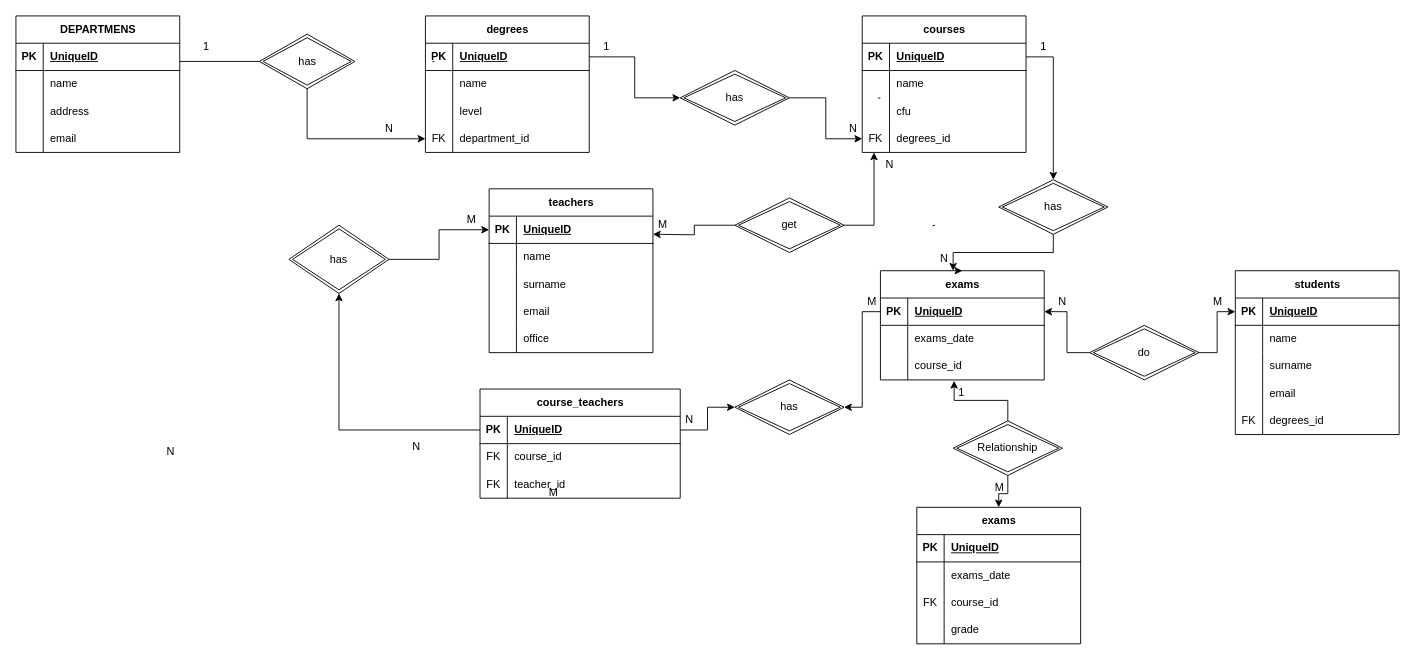
This is Diagramma senza titolo.drawio from Marco-Venerando/db-university, a draw.io file, before an edit. Source tidied: cells renumbered, new cells numbered last; positions are measured from the earlier drawing's top-left corner, leaving out a move shared by most shapes. Both pictures are drawn from the tidied source at 91%, with x=0, y=0 at pixel (15, 15).
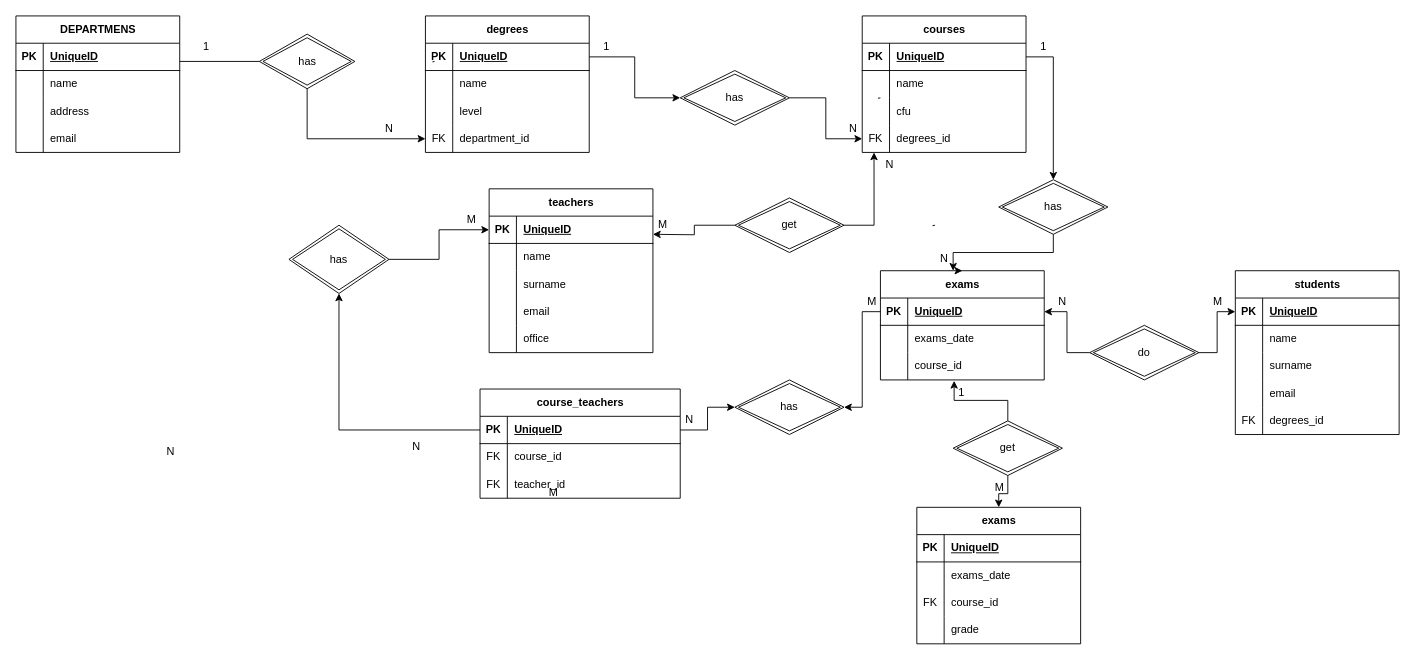
After the change.

The edit, as a diff of the source:
```diff
@@
-    <mxCell id="151" value="Relationship" style="shape=rhombus;double=1;perimeter=rhombusPerimeter;whiteSpace=wrap;html=1;align=center;" parent="1" vertex="1">
+    <mxCell id="151" value="get" style="shape=rhombus;double=1;perimeter=rhombusPerimeter;whiteSpace=wrap;html=1;align=center;" parent="1" vertex="1">
       <mxGeometry x="1030" y="445" width="120" height="60" as="geometry" />
     </mxCell>
```
